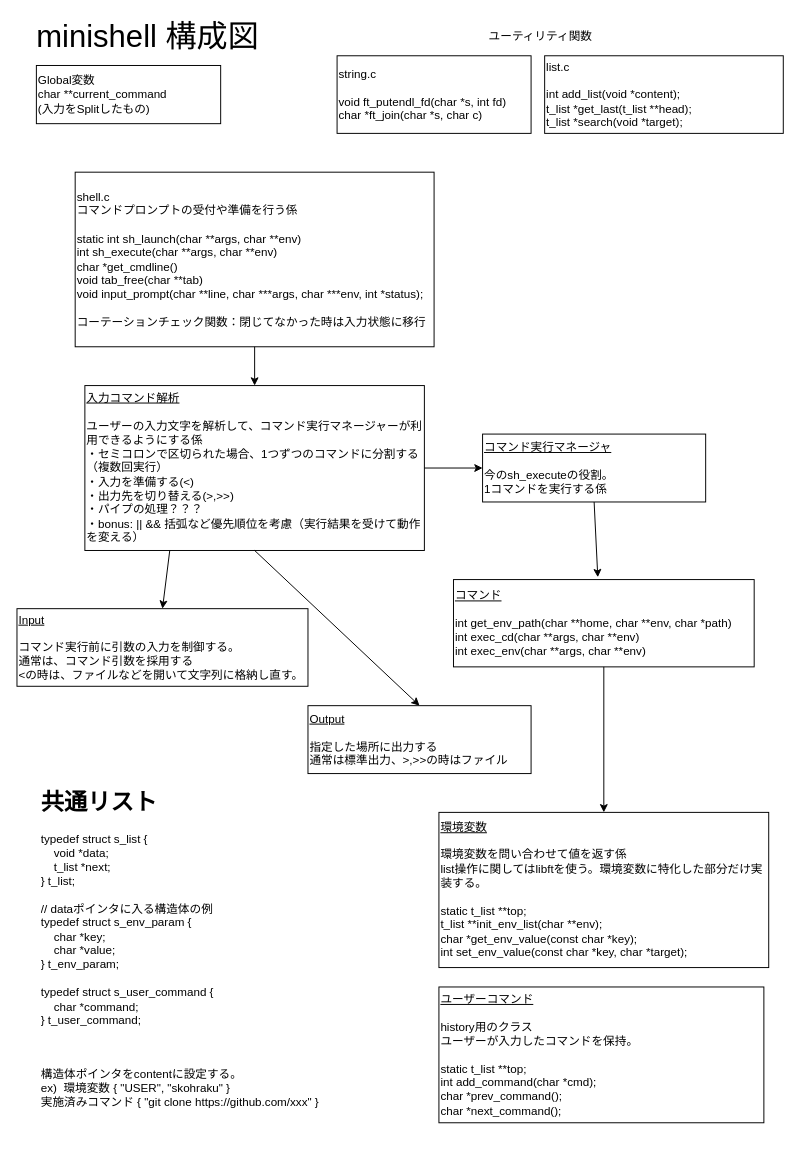
Above: diagram.drawio in Toshiki-Nakamura/minishell (draw.io), before the change. Source tidied: cells renumbered, new cells numbered last; positions are measured from the earlier drawing's top-left corner, leaving out a move shared by most shapes. Both pictures are drawn from the tidied source at 97%, with x=0, y=0 at pixel (16, 16).
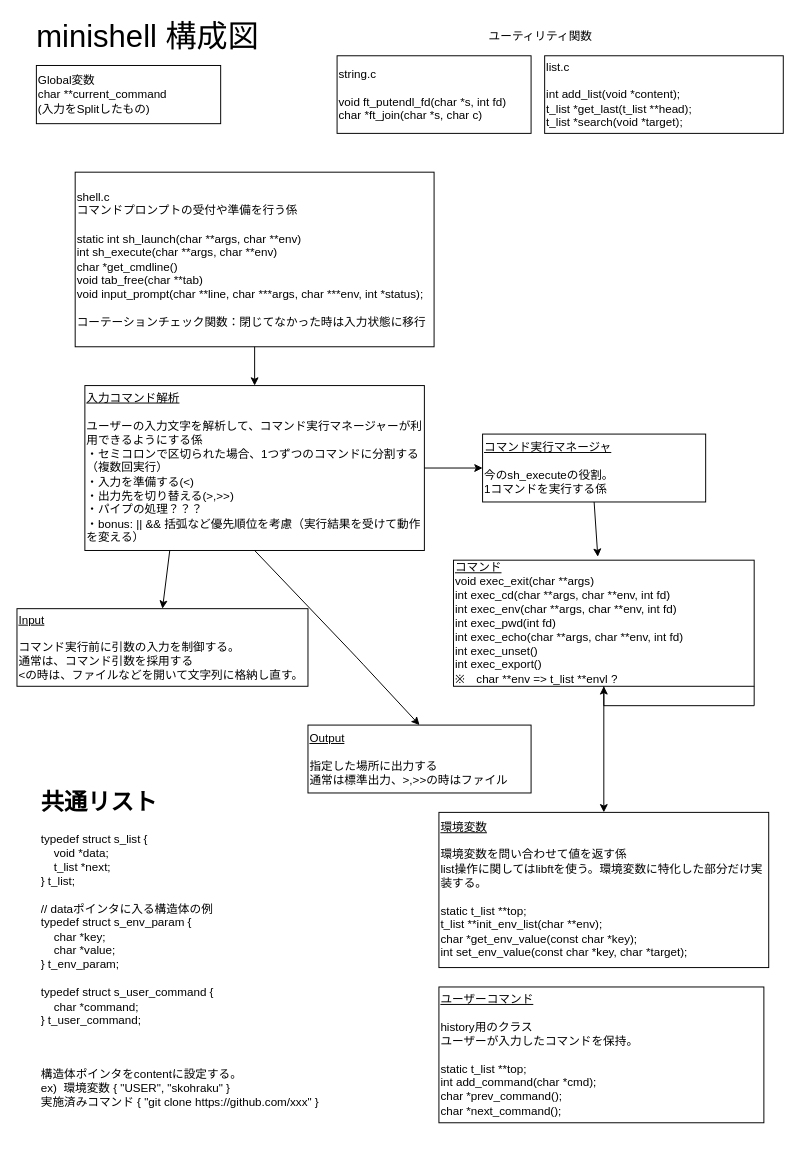
After the change.

Commit message:
fix diagram(command-class)

Unchanged cells that the change refers to:
```xml
<mxCell id="11" value="&lt;u&gt;入力コマンド解析&lt;/u&gt;&lt;br&gt;&lt;br&gt;ユーザーの入力文字を解析して、コマンド実行マネージャーが利用できるようにする係&lt;br&gt;・セミコロンで区切られた場合、1つずつのコマンドに分割する（複数回実行）&lt;br&gt;・入力を準備する(&amp;lt;)&lt;br&gt;・出力先を切り替える(&amp;gt;,&amp;gt;&amp;gt;)&lt;br&gt;・パイプの処理？？？&lt;br&gt;・bonus: || &amp;amp;&amp;amp; 括弧など優先順位を考慮（実行結果を受けて動作を変える）" style="whiteSpace=wrap;html=1;align=left;" parent="1" vertex="1">
  <mxGeometry x="70" y="380" width="350" height="170" as="geometry" />
</mxCell>
```

What changed in the source:
```diff
@@
-    <mxCell id="5" value="&lt;u&gt;コマンド&lt;/u&gt;&lt;br&gt;&lt;br&gt;int get_env_path(char **home, char **env, char *path)&lt;br&gt;int exec_cd(char **args, char **env)&lt;br&gt;int exec_env(char **args, char **env)" style="whiteSpace=wrap;html=1;align=left;" parent="1" vertex="1">
-      <mxGeometry x="450" y="580" width="310" height="90" as="geometry" />
+    <mxCell id="5" value="&lt;u&gt;コマンド&lt;br&gt;&lt;/u&gt;void exec_exit(char **args)&lt;br&gt;int exec_cd(char **args, char **env, int fd)&lt;br&gt;int exec_env(char **args, char **env, int fd)&lt;br&gt;int exec_pwd(int fd)&lt;br&gt;int exec_echo(char **args, char **env, int fd)&lt;br&gt;int exec_unset()&lt;br&gt;int exec_export()&lt;br&gt;※　char **env =&amp;gt; t_list **envl ?" style="whiteSpace=wrap;html=1;align=left;" parent="1" vertex="1">
+      <mxGeometry x="450" y="560" width="310" height="130" as="geometry" />
     </mxCell>
@@
     <mxCell id="12" value="&lt;u&gt;Output&lt;/u&gt;&lt;br&gt;&lt;br&gt;指定した場所に出力する&lt;br&gt;通常は標準出力、&amp;gt;,&amp;gt;&amp;gt;の時はファイル" style="whiteSpace=wrap;html=1;align=left;" parent="1" vertex="1">
-      <mxGeometry x="300" y="710" width="230" height="70" as="geometry" />
+      <mxGeometry x="300" y="730" width="230" height="70" as="geometry" />
     </mxCell>
@@
     <mxCell id="14" style="endArrow=classic;html=1;entryX=0.5;entryY=0;entryDx=0;entryDy=0;exitX=0.5;exitY=1;exitDx=0;exitDy=0;" parent="1" edge="1" source="11" target="12">
-      <mxGeometry relative="1" as="geometry" />
+      <mxGeometry relative="1" as="geometry">
+        <Array as="points">
+          <mxPoint x="350" y="660" />
+        </Array>
+      </mxGeometry>
     </mxCell>
@@
+    <mxCell id="22" style="edgeStyle=orthogonalEdgeStyle;rounded=0;orthogonalLoop=1;jettySize=auto;html=1;exitX=1;exitY=1;exitDx=0;exitDy=0;fontColor=#F0F0F0;" parent="1" edge="1" source="5" target="5">
+      <mxGeometry relative="1" as="geometry" />
+    </mxCell>
```
